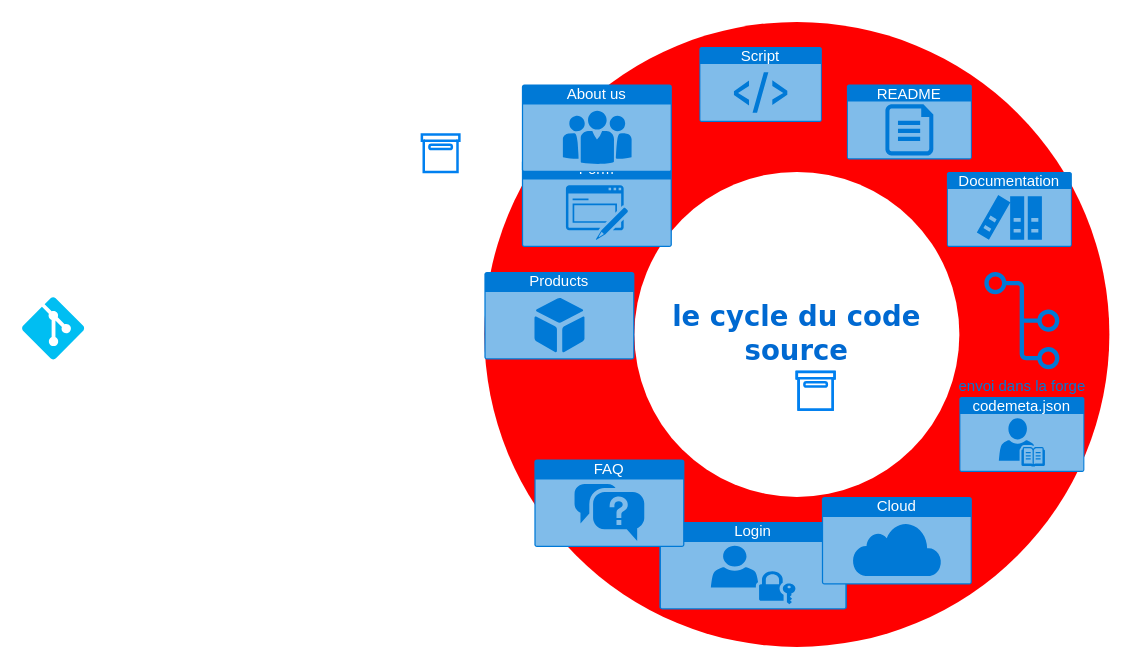
Before: Diagramme sans nom.drawio in damienbelveze/biniou, a draw.io diagram. Source tidied: cells renumbered, new cells numbered last; positions are measured from the earlier drawing's top-left corner, leaving out a move shared by most shapes. Both pictures are drawn from the tidied source at 125%, with x=0, y=0 at pixel (21, 21).
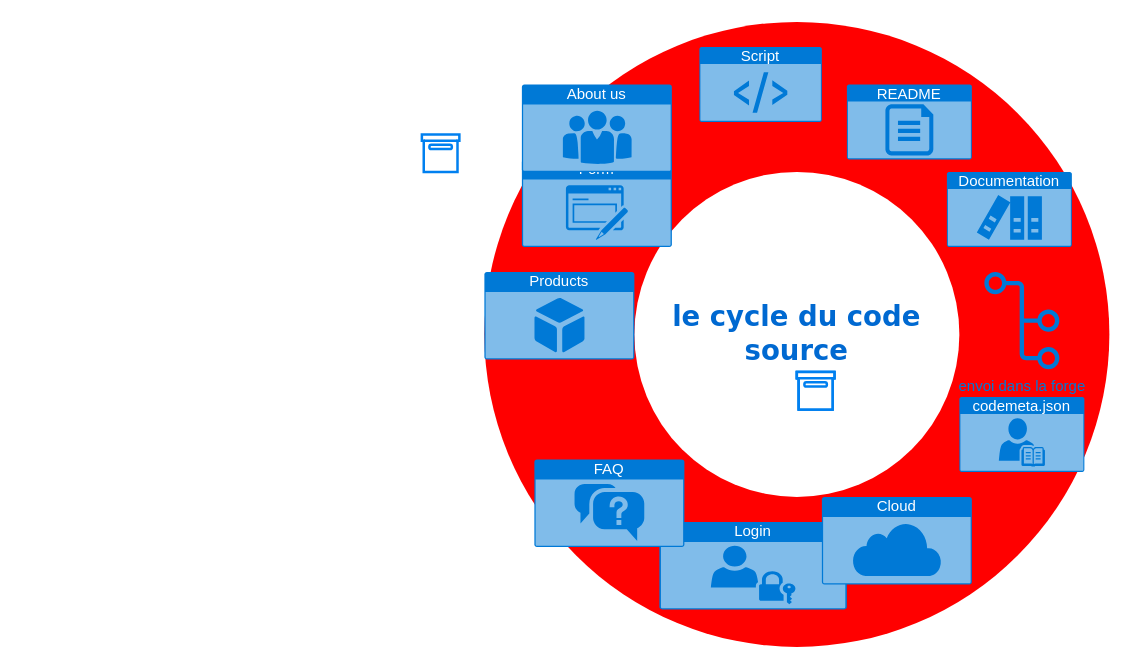
The same page after the edit.

Commit message (it also covers changes not shown here):
Mettre à jour Diagramme sans nom.drawio

Change to the diagram source:
```diff
@@
 <mxGraphModel>
   <root>
     <mxCell id="0" />
     <mxCell id="1" parent="0" />
     <mxCell id="2" style="ellipse;whiteSpace=wrap;html=1;rounded=0;shadow=0;comic=0;strokeWidth=1;fontFamily=Verdana;fontSize=14;strokeColor=none;fillColor=#ff0000;" parent="1" vertex="1">
       <mxGeometry x="370" width="500" height="500" as="geometry" />
     </mxCell>
     <mxCell id="3" value="le cycle du code source" style="ellipse;whiteSpace=wrap;html=1;rounded=0;shadow=0;comic=0;strokeWidth=1;fontFamily=Verdana;fontSize=22;strokeColor=none;fillColor=#ffffff;fontColor=#0069D1;fontStyle=1;" parent="1" vertex="1">
       <mxGeometry x="490" y="120" width="260" height="260" as="geometry" />
     </mxCell>
     <mxCell id="4" value="Script" style="html=1;whiteSpace=wrap;strokeColor=none;fillColor=#0079D6;labelPosition=center;verticalLabelPosition=middle;verticalAlign=top;align=center;fontSize=12;spacingTop=-6;fontColor=#FFFFFF;sketch=0;shape=mxgraph.sitemap.script;" parent="1" vertex="1">
       <mxGeometry x="542" y="20" width="98" height="60" as="geometry" />
     </mxCell>
     <mxCell id="5" value="Products" style="html=1;whiteSpace=wrap;strokeColor=none;fillColor=#0079D6;labelPosition=center;verticalLabelPosition=middle;verticalAlign=top;align=center;fontSize=12;spacingTop=-6;fontColor=#FFFFFF;sketch=0;shape=mxgraph.sitemap.products;" parent="1" vertex="1">
       <mxGeometry x="370" y="200" width="120" height="70" as="geometry" />
     </mxCell>
     <mxCell id="6" value="Login" style="html=1;whiteSpace=wrap;strokeColor=none;fillColor=#0079D6;labelPosition=center;verticalLabelPosition=middle;verticalAlign=top;align=center;fontSize=12;spacingTop=-6;fontColor=#FFFFFF;sketch=0;shape=mxgraph.sitemap.login;" parent="1" vertex="1">
       <mxGeometry x="510" y="400" width="150" height="70" as="geometry" />
     </mxCell>
     <mxCell id="7" value="Form" style="html=1;whiteSpace=wrap;strokeColor=none;fillColor=#0079D6;labelPosition=center;verticalLabelPosition=middle;verticalAlign=top;align=center;fontSize=12;spacingTop=-6;fontColor=#FFFFFF;sketch=0;shape=mxgraph.sitemap.form;" parent="1" vertex="1">
       <mxGeometry x="400" y="110" width="120" height="70" as="geometry" />
     </mxCell>
     <mxCell id="8" value="FAQ" style="html=1;whiteSpace=wrap;strokeColor=none;fillColor=#0079D6;labelPosition=center;verticalLabelPosition=middle;verticalAlign=top;align=center;fontSize=12;spacingTop=-6;fontColor=#FFFFFF;sketch=0;shape=mxgraph.sitemap.faq;" parent="1" vertex="1">
       <mxGeometry x="410" y="350" width="120" height="70" as="geometry" />
     </mxCell>
     <mxCell id="9" value="Cloud" style="html=1;whiteSpace=wrap;strokeColor=none;fillColor=#0079D6;labelPosition=center;verticalLabelPosition=middle;verticalAlign=top;align=center;fontSize=12;spacingTop=-6;fontColor=#FFFFFF;sketch=0;shape=mxgraph.sitemap.cloud;" parent="1" vertex="1">
       <mxGeometry x="640" y="380" width="120" height="70" as="geometry" />
     </mxCell>
     <mxCell id="10" value="codemeta.json" style="html=1;whiteSpace=wrap;strokeColor=none;fillColor=#0079D6;labelPosition=center;verticalLabelPosition=middle;verticalAlign=top;align=center;fontSize=12;spacingTop=-6;fontColor=#FFFFFF;sketch=0;shape=mxgraph.sitemap.biography;" parent="1" vertex="1">
       <mxGeometry x="750" y="300" width="100" height="60" as="geometry" />
     </mxCell>
     <mxCell id="11" value="About us" style="html=1;whiteSpace=wrap;strokeColor=none;fillColor=#0079D6;labelPosition=center;verticalLabelPosition=middle;verticalAlign=top;align=center;fontSize=12;spacingTop=-6;fontColor=#FFFFFF;sketch=0;shape=mxgraph.sitemap.about_us;" parent="1" vertex="1">
       <mxGeometry x="400" y="50" width="120" height="70" as="geometry" />
     </mxCell>
     <mxCell id="12" value="README" style="html=1;whiteSpace=wrap;strokeColor=none;fillColor=#0079D6;labelPosition=center;verticalLabelPosition=middle;verticalAlign=top;align=center;fontSize=12;spacingTop=-6;fontColor=#FFFFFF;sketch=0;shape=mxgraph.sitemap.text;" parent="1" vertex="1">
       <mxGeometry x="660" y="50" width="100" height="60" as="geometry" />
     </mxCell>
     <mxCell id="13" value="Documentation" style="html=1;whiteSpace=wrap;strokeColor=none;fillColor=#0079D6;labelPosition=center;verticalLabelPosition=middle;verticalAlign=top;align=center;fontSize=12;spacingTop=-6;fontColor=#FFFFFF;sketch=0;shape=mxgraph.sitemap.references;" parent="1" vertex="1">
       <mxGeometry x="740" y="120" width="100" height="60" as="geometry" />
     </mxCell>
     <mxCell id="14" style="html=1;verticalLabelPosition=bottom;align=center;labelBackgroundColor=#ffffff;verticalAlign=top;strokeWidth=2;strokeColor=#0080F0;shadow=0;dashed=0;shape=mxgraph.ios7.icons.box;" parent="1" vertex="1">
       <mxGeometry x="620" y="280" width="30" height="30" as="geometry" />
     </mxCell>
     <mxCell id="15" style="html=1;verticalLabelPosition=bottom;align=center;labelBackgroundColor=#ffffff;verticalAlign=top;strokeWidth=2;strokeColor=#0080F0;shadow=0;dashed=0;shape=mxgraph.ios7.icons.box;" parent="1" vertex="1">
       <mxGeometry x="620" y="280" width="30" height="30" as="geometry" />
     </mxCell>
     <mxCell id="16" style="html=1;verticalLabelPosition=bottom;align=center;labelBackgroundColor=#ffffff;verticalAlign=top;strokeWidth=2;strokeColor=#0080F0;shadow=0;dashed=0;shape=mxgraph.ios7.icons.box;" parent="1" vertex="1">
       <mxGeometry x="620" y="280" width="30" height="30" as="geometry" />
     </mxCell>
     <mxCell id="17" style="html=1;verticalLabelPosition=bottom;align=center;labelBackgroundColor=#ffffff;verticalAlign=top;strokeWidth=2;strokeColor=#0080F0;shadow=0;dashed=0;shape=mxgraph.ios7.icons.box;" parent="1" vertex="1">
       <mxGeometry x="320" y="90" width="30" height="30" as="geometry" />
     </mxCell>
-    <mxCell id="18" style="verticalLabelPosition=bottom;html=1;verticalAlign=top;align=center;strokeColor=none;fillColor=#00BEF2;shape=mxgraph.azure.git_repository;" parent="1" vertex="1">
-      <mxGeometry y="220" width="50" height="50" as="geometry" />
-    </mxCell>
     <mxCell id="19" value="envoi dans la forge" style="sketch=0;fontColor=#0079d6;gradientColor=none;fillColor=#0079d6;strokeColor=none;dashed=0;verticalLabelPosition=bottom;verticalAlign=top;align=center;html=1;fontSize=12;fontStyle=0;shape=mxgraph.aws4.git_repository;" parent="1" vertex="1">
       <mxGeometry x="770" y="200" width="60" height="78" as="geometry" />
     </mxCell>
   </root>
 </mxGraphModel>
```
